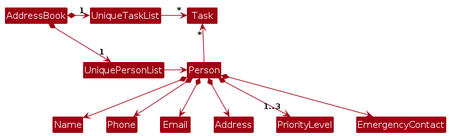
Above: diagrams/BetterModelClassDiagram.png in yixianggg/tp (PlantUML), before the change. Its source is kept beside it as diagrams/BetterModelClassDiagram.puml.
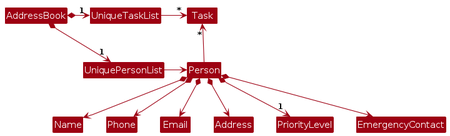
After the change.

Diff of the diagram source:
```diff
@@ -18,6 +18,6 @@
 Person *--> Phone
 Person *--> Email
 Person *--> Address
-Person *--> "1..3" PriorityLevel
+Person *--> "1" PriorityLevel
 Person *--> EmergencyContact
 @enduml
```
